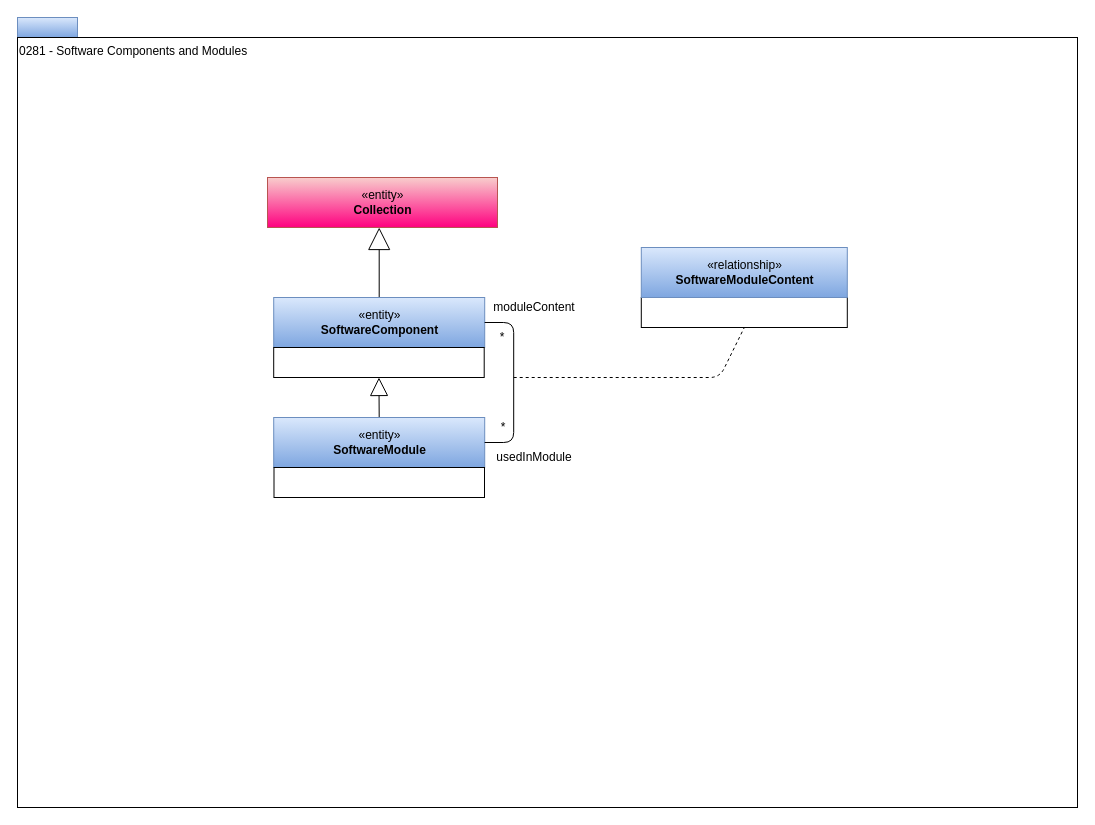
Earlier version of the draw.io diagram page "0281-Software-Modules" (19 of 21) of open-metadata-publication/website/open-metadata-types/area-2-assets.drawio (odpi/egeria). Source tidied: cells renumbered, new cells numbered last; positions are measured from the earlier drawing's top-left corner, leaving out a move shared by most shapes. Both pictures are drawn from the tidied source at 100%, with x=0, y=0 at pixel (17, 17).
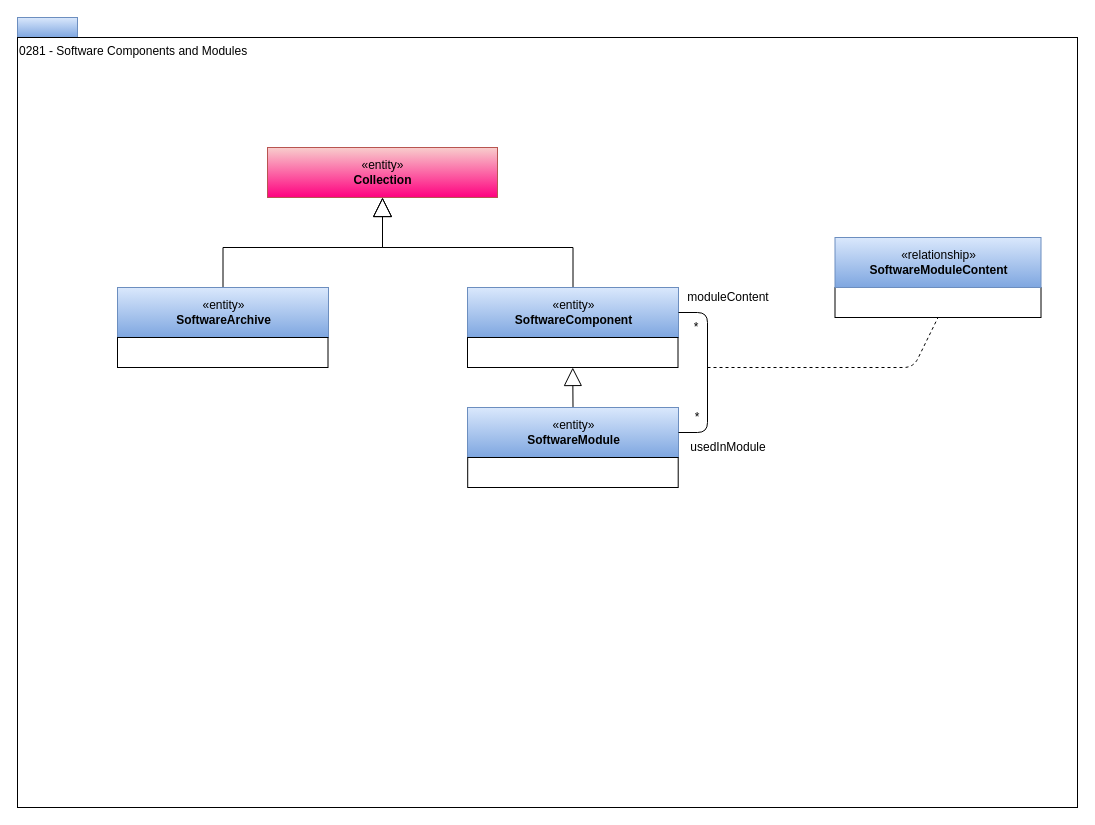
The same page after the edit.

Diff of the diagram source:
```diff
@@
-    <mxCell id="4" style="edgeStyle=orthogonalEdgeStyle;rounded=0;jettySize=auto;html=1;entryX=0.5;entryY=1;entryDx=0;entryDy=0;endArrow=block;endFill=0;startSize=12;endSize=20;" parent="1" edge="1" source="5">
-      <mxGeometry relative="1" as="geometry">
-        <mxPoint x="361.7" y="210" as="targetPoint" />
-      </mxGeometry>
-    </mxCell>
+    <mxCell id="19" style="edgeStyle=orthogonalEdgeStyle;rounded=0;jettySize=auto;html=1;endArrow=block;endFill=0;endSize=17;" parent="1" edge="1" source="5" target="16">
+      <mxGeometry relative="1" as="geometry" />
+    </mxCell>
     <mxCell id="5" value="«entity»&lt;br&gt;&lt;b&gt;SoftwareComponent&lt;/b&gt;" style="html=1;strokeColor=#6c8ebf;align=center;fillColor=#dae8fc;gradientColor=#7ea6e0;" parent="1" vertex="1">
-      <mxGeometry x="256.2" y="280" width="211" height="50" as="geometry" />
+      <mxGeometry x="450" y="270" width="211" height="50" as="geometry" />
     </mxCell>
@@
     <mxCell id="7" value="«entity»&lt;br&gt;&lt;b&gt;SoftwareModule&lt;/b&gt;" style="html=1;strokeColor=#6c8ebf;align=center;fillColor=#dae8fc;gradientColor=#7ea6e0;" parent="1" vertex="1">
-      <mxGeometry x="256.2" y="400" width="211" height="50" as="geometry" />
+      <mxGeometry x="450" y="390" width="211" height="50" as="geometry" />
     </mxCell>
     <mxCell id="8" style="endArrow=none;html=1;entryX=1;entryY=0.5;exitX=1;exitY=0.5;exitDx=0;exitDy=0;entryDx=0;entryDy=0;" parent="1" edge="1" source="7" target="5">
       <mxGeometry relative="1" as="geometry">
         <Array as="points">
-          <mxPoint x="496.2" y="425" />
-          <mxPoint x="496.2" y="305" />
+          <mxPoint x="690" y="415" />
+          <mxPoint x="690" y="295" />
         </Array>
       </mxGeometry>
     </mxCell>
     <mxCell id="9" value="*" style="text;html=1;strokeColor=none;fillColor=none;align=center;verticalAlign=middle;whiteSpace=wrap;rounded=0;" parent="1" vertex="1">
-      <mxGeometry x="464.8" y="310" width="40" height="20" as="geometry" />
+      <mxGeometry x="658.5" y="300" width="40" height="20" as="geometry" />
     </mxCell>
     <mxCell id="10" value="moduleContent" style="text;html=1;strokeColor=none;fillColor=none;align=center;verticalAlign=middle;whiteSpace=wrap;rounded=0;" parent="1" vertex="1">
-      <mxGeometry x="477.2" y="280" width="80" height="20" as="geometry" />
+      <mxGeometry x="671" y="270" width="80" height="20" as="geometry" />
     </mxCell>
     <mxCell id="11" value="usedInModule" style="text;html=1;strokeColor=none;fillColor=none;align=center;verticalAlign=middle;whiteSpace=wrap;rounded=0;" parent="1" vertex="1">
-      <mxGeometry x="467.2" y="430" width="100" height="20" as="geometry" />
+      <mxGeometry x="661" y="420" width="100" height="20" as="geometry" />
     </mxCell>
     <mxCell id="12" value="*" style="text;html=1;strokeColor=none;fillColor=none;align=center;verticalAlign=middle;whiteSpace=wrap;rounded=0;" parent="1" vertex="1">
-      <mxGeometry x="476.2" y="400" width="20" height="20" as="geometry" />
+      <mxGeometry x="670" y="390" width="20" height="20" as="geometry" />
     </mxCell>
     <mxCell id="13" style="endArrow=none;dashed=1;html=1;entryX=0.5;entryY=1;entryDx=0;entryDy=0;" parent="1" edge="1" target="14">
       <mxGeometry relative="1" as="geometry">
-        <mxPoint x="496.2" y="360" as="sourcePoint" />
+        <mxPoint x="690" y="350" as="sourcePoint" />
         <Array as="points">
-          <mxPoint x="702.2" y="360" />
+          <mxPoint x="896" y="350" />
         </Array>
       </mxGeometry>
     </mxCell>
     <mxCell id="14" style="rounded=0;whiteSpace=wrap;html=1;strokeColor=#000000;gradientColor=#ffffff;align=left;" parent="1" vertex="1">
-      <mxGeometry x="623.8" y="280" width="206" height="30" as="geometry" />
+      <mxGeometry x="817.5" y="270" width="206" height="30" as="geometry" />
     </mxCell>
     <mxCell id="15" value="«relationship»&lt;br&gt;&lt;b&gt;SoftwareModuleContent&lt;/b&gt;" style="html=1;strokeColor=#6c8ebf;align=center;fillColor=#dae8fc;gradientColor=#7ea6e0;" parent="1" vertex="1">
-      <mxGeometry x="623.8" y="230" width="206" height="50" as="geometry" />
+      <mxGeometry x="817.5" y="220" width="206" height="50" as="geometry" />
     </mxCell>
     <mxCell id="16" value="«entity»&lt;br&gt;&lt;b&gt;Collection&lt;/b&gt;" style="html=1;strokeColor=#b85450;align=center;fillColor=#f8cecc;gradientColor=#FF0080;" parent="1" vertex="1">
-      <mxGeometry x="250" y="160" width="230" height="50" as="geometry" />
+      <mxGeometry x="250" y="130" width="230" height="50" as="geometry" />
     </mxCell>
     <mxCell id="17" style="rounded=0;whiteSpace=wrap;html=1;strokeColor=#000000;gradientColor=#ffffff;align=left;" parent="1" vertex="1">
-      <mxGeometry x="256.2" y="330" width="210.5" height="30" as="geometry" />
+      <mxGeometry x="450" y="320" width="210.5" height="30" as="geometry" />
     </mxCell>
     <mxCell id="18" style="rounded=0;whiteSpace=wrap;html=1;strokeColor=#000000;gradientColor=#ffffff;align=left;" parent="1" vertex="1">
-      <mxGeometry x="256.5" y="450" width="210.5" height="30" as="geometry" />
+      <mxGeometry x="450.2" y="440" width="210.5" height="30" as="geometry" />
     </mxCell>
+    <mxCell id="20" style="edgeStyle=orthogonalEdgeStyle;rounded=0;jettySize=auto;html=1;endArrow=block;endFill=0;endSize=17;" parent="1" edge="1" source="21" target="16">
+      <mxGeometry relative="1" as="geometry" />
+    </mxCell>
+    <mxCell id="21" value="«entity»&lt;br&gt;&lt;b&gt;SoftwareArchive&lt;/b&gt;" style="html=1;strokeColor=#6c8ebf;align=center;fillColor=#dae8fc;gradientColor=#7ea6e0;" parent="1" vertex="1">
+      <mxGeometry x="100" y="270" width="211" height="50" as="geometry" />
+    </mxCell>
+    <mxCell id="22" style="rounded=0;whiteSpace=wrap;html=1;strokeColor=#000000;gradientColor=#ffffff;align=left;" parent="1" vertex="1">
+      <mxGeometry x="100" y="320" width="210.5" height="30" as="geometry" />
+    </mxCell>
```
